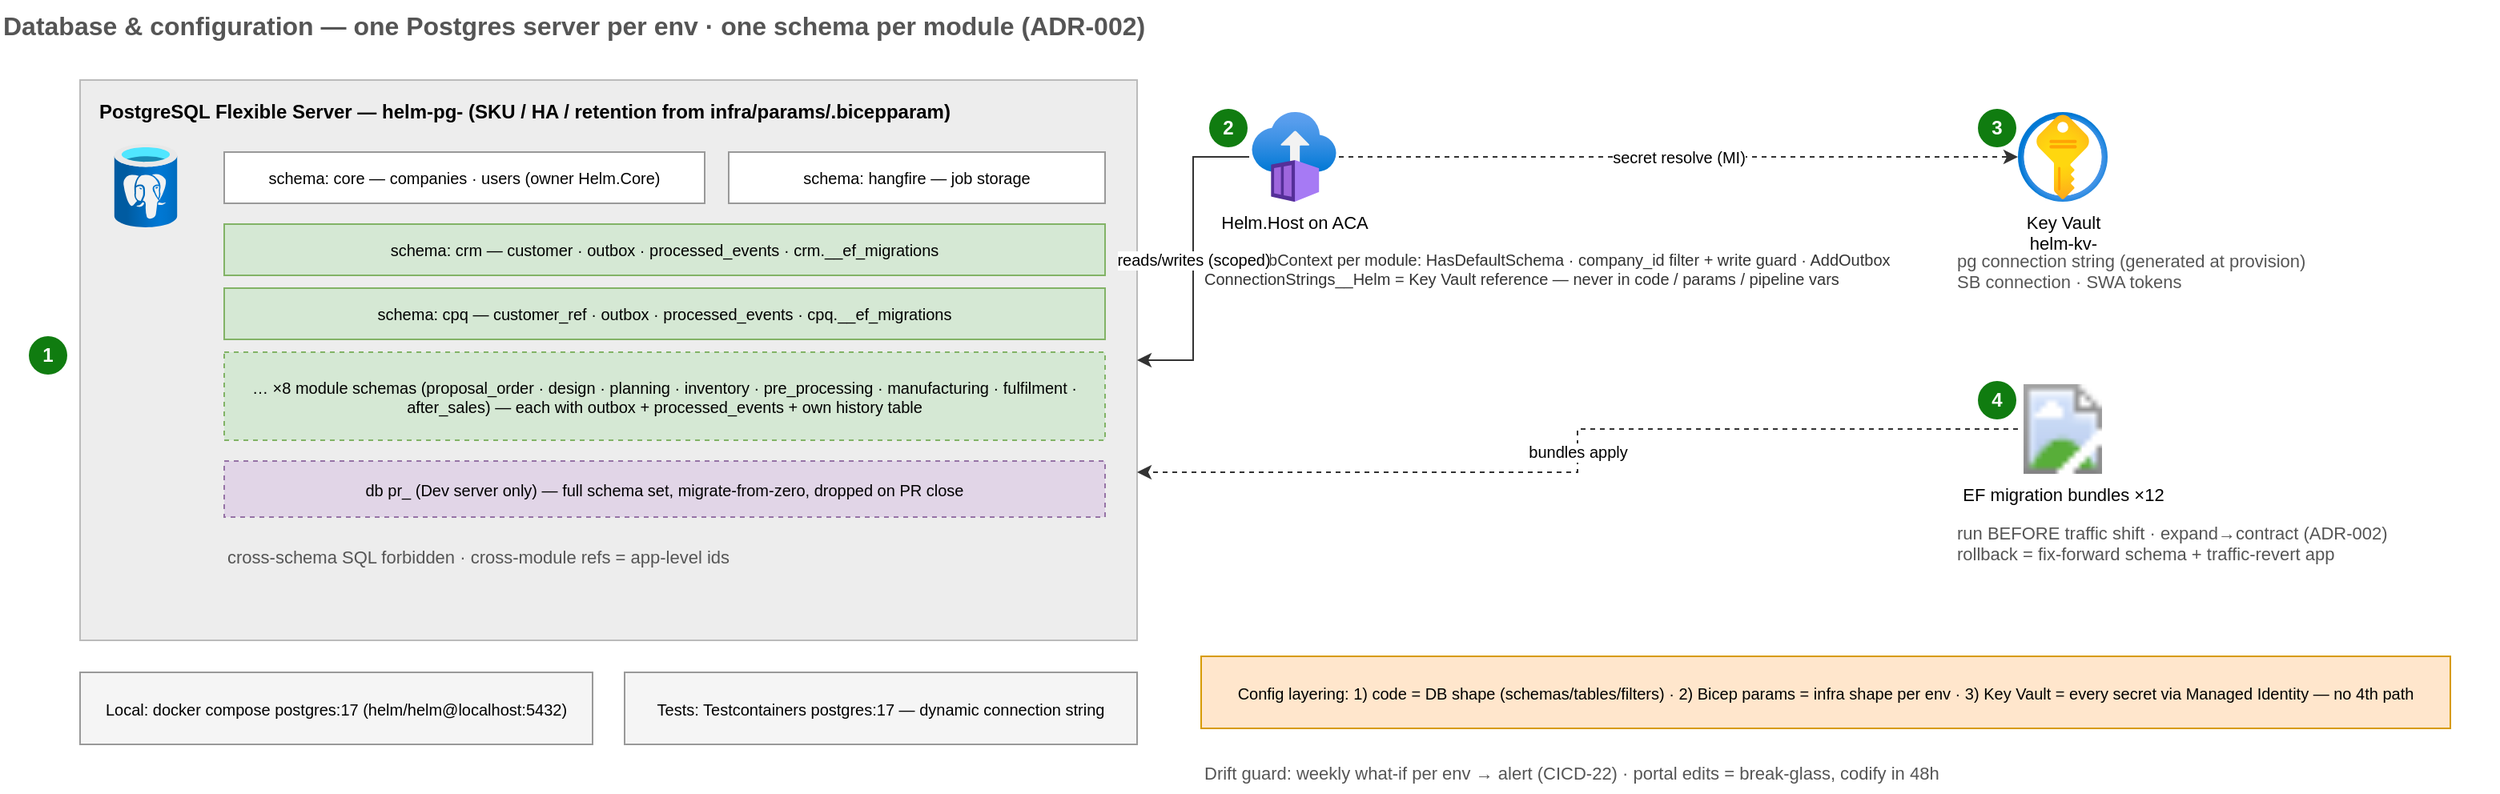
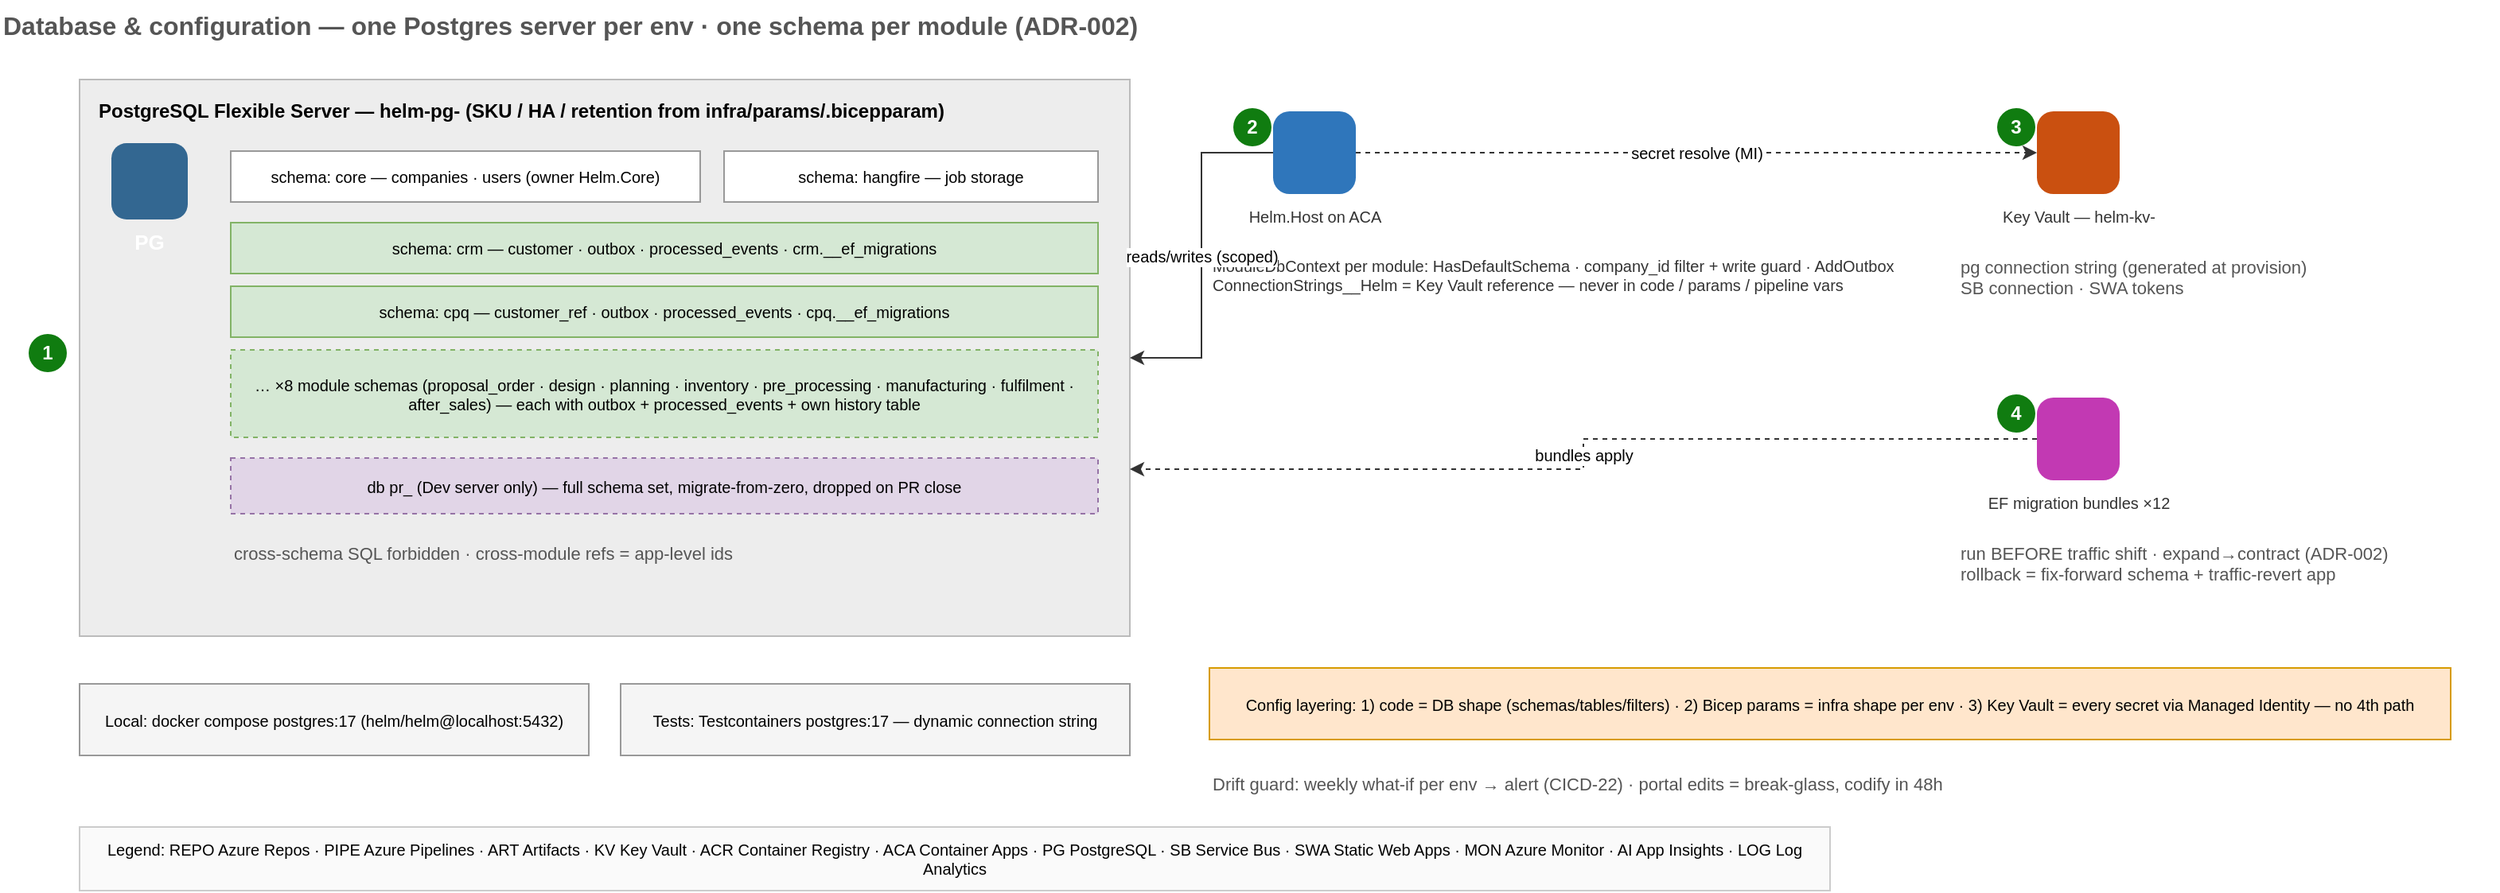
<mxfile host="app.diagrams.net" modified="2026-07-08T00:00:00.000Z" agent="helm-docs" version="24.0.0">
  <diagram id="database-config-flow" name="Database &amp; Config Flow">
-     <mxGraphModel dx="1400" dy="800" grid="1" gridSize="10" guides="1" tooltips="1" connect="1" arrows="1" fold="1" page="1" pageScale="1" pageWidth="1620" pageHeight="560" math="0" shadow="0">
+     <mxGraphModel dx="1400" dy="800" grid="1" gridSize="10" guides="1" tooltips="1" connect="1" arrows="1" fold="1" page="1" pageScale="1" pageWidth="1620" pageHeight="610" math="0" shadow="0">
      <root>
        <mxCell id="0" />
        <mxCell id="1" parent="0" />
        <mxCell id="n2" value="Database &amp; configuration — one Postgres server per env · one schema per module (ADR-002)" style="text;html=1;fontSize=16;align=left;fontColor=#555555;fontStyle=1;" vertex="1" parent="1"><mxGeometry x="40" y="20" width="1300" height="30" as="geometry" /></mxCell>
        <mxCell id="n3" value="PostgreSQL Flexible Server — helm-pg-&lt;env&gt;   (SKU / HA / retention from infra/params/&lt;env&gt;.bicepparam)" style="rounded=0;whiteSpace=wrap;html=1;fillColor=#ededed;strokeColor=#bbbbbb;verticalAlign=top;align=left;spacingLeft=10;spacingTop=6;fontStyle=1;fontSize=12;" vertex="1" parent="1"><mxGeometry x="90" y="70" width="660" height="350" as="geometry" /></mxCell>
        <mxCell id="n4" value="1" style="ellipse;whiteSpace=wrap;html=1;fillColor=#107C10;strokeColor=none;fontColor=#ffffff;fontStyle=1;fontSize=12;" vertex="1" parent="1"><mxGeometry x="58" y="230" width="24" height="24" as="geometry" /></mxCell>
-         <mxCell id="n5" value="" style="sketch=0;aspect=fixed;html=1;points=[];align=center;fontSize=11;image;image=img/lib/azure2/databases/Azure_Database_PostgreSQL_Server.svg;labelBackgroundColor=none;verticalLabelPosition=bottom;verticalAlign=top;" vertex="1" parent="n3"><mxGeometry x="15" y="40" width="52" height="52" as="geometry" /></mxCell>
-         <mxCell id="n6" value="schema: core — companies · users (owner Helm.Core)" style="rounded=0;whiteSpace=wrap;html=1;fontSize=10;fillColor=#ffffff;strokeColor=#999999;" vertex="1" parent="n3"><mxGeometry x="90" y="45" width="300" height="32" as="geometry" /></mxCell>
+         <mxCell id="n5" value="PG" style="rounded=1;arcSize=20;whiteSpace=wrap;html=1;fillColor=#336791;strokeColor=none;fontColor=#ffffff;fontStyle=1;fontSize=13;verticalLabelPosition=bottom;verticalAlign=top;labelBackgroundColor=none;" vertex="1" parent="n3"><mxGeometry x="20" y="40" width="48" height="48" as="geometry" /></mxCell>
+         <mxCell id="n6" value="schema: core — companies · users (owner Helm.Core)" style="rounded=0;whiteSpace=wrap;html=1;fontSize=10;fillColor=#ffffff;strokeColor=#999999;" vertex="1" parent="n3"><mxGeometry x="95" y="45" width="295" height="32" as="geometry" /></mxCell>
        <mxCell id="n7" value="schema: hangfire — job storage" style="rounded=0;whiteSpace=wrap;html=1;fontSize=10;fillColor=#ffffff;strokeColor=#999999;" vertex="1" parent="n3"><mxGeometry x="405" y="45" width="235" height="32" as="geometry" /></mxCell>
-         <mxCell id="n8" value="schema: crm — customer · outbox · processed_events · crm.__ef_migrations" style="rounded=0;whiteSpace=wrap;html=1;fontSize=10;fillColor=#d5e8d4;strokeColor=#82b366;" vertex="1" parent="n3"><mxGeometry x="90" y="90" width="550" height="32" as="geometry" /></mxCell>
-         <mxCell id="n9" value="schema: cpq — customer_ref · outbox · processed_events · cpq.__ef_migrations" style="rounded=0;whiteSpace=wrap;html=1;fontSize=10;fillColor=#d5e8d4;strokeColor=#82b366;" vertex="1" parent="n3"><mxGeometry x="90" y="130" width="550" height="32" as="geometry" /></mxCell>
-         <mxCell id="n10" value="… ×8 module schemas (proposal_order · design · planning · inventory · pre_processing · manufacturing · fulfilment · after_sales) — each with outbox + processed_events + own history table" style="rounded=0;whiteSpace=wrap;html=1;fontSize=10;fillColor=#d5e8d4;strokeColor=#82b366;dashed=1;" vertex="1" parent="n3"><mxGeometry x="90" y="170" width="550" height="55" as="geometry" /></mxCell>
-         <mxCell id="n11" value="db pr_&lt;id&gt; (Dev server only) — full schema set, migrate-from-zero, dropped on PR close" style="rounded=0;whiteSpace=wrap;html=1;fontSize=10;fillColor=#e1d5e7;strokeColor=#9673a6;dashed=1;" vertex="1" parent="n3"><mxGeometry x="90" y="238" width="550" height="35" as="geometry" /></mxCell>
-         <mxCell id="n12" value="cross-schema SQL forbidden · cross-module refs = app-level ids" style="text;html=1;fontSize=11;align=left;fontColor=#555555;" vertex="1" parent="n3"><mxGeometry x="90" y="285" width="540" height="25" as="geometry" /></mxCell>
-         <mxCell id="n13" value="Helm.Host on ACA" style="sketch=0;aspect=fixed;html=1;points=[];align=center;fontSize=11;image;image=img/lib/azure2/containers/Container_Instances.svg;labelBackgroundColor=none;verticalLabelPosition=bottom;verticalAlign=top;" vertex="1" parent="1"><mxGeometry x="820" y="90" width="56" height="56" as="geometry" /></mxCell>
-         <mxCell id="n14" value="2" style="ellipse;whiteSpace=wrap;html=1;fillColor=#107C10;strokeColor=none;fontColor=#ffffff;fontStyle=1;fontSize=12;" vertex="1" parent="1"><mxGeometry x="795" y="88" width="24" height="24" as="geometry" /></mxCell>
-         <mxCell id="n15" value="ModuleDbContext&lt;T&gt; per module: HasDefaultSchema · company_id filter + write guard · AddOutbox&#10;ConnectionStrings__Helm = Key Vault reference — never in code / params / pipeline vars" style="text;html=1;fontSize=10;align=left;verticalAlign=top;fontColor=#333333;" vertex="1" parent="1"><mxGeometry x="790" y="170" width="430" height="55" as="geometry" /></mxCell>
-         <mxCell id="n16" value="Key Vault&#10;helm-kv-&lt;env&gt;" style="sketch=0;aspect=fixed;html=1;points=[];align=center;fontSize=11;image;image=img/lib/azure2/security/Key_Vaults.svg;labelBackgroundColor=none;verticalLabelPosition=bottom;verticalAlign=top;" vertex="1" parent="1"><mxGeometry x="1300" y="90" width="56" height="56" as="geometry" /></mxCell>
-         <mxCell id="n17" value="3" style="ellipse;whiteSpace=wrap;html=1;fillColor=#107C10;strokeColor=none;fontColor=#ffffff;fontStyle=1;fontSize=12;" vertex="1" parent="1"><mxGeometry x="1275" y="88" width="24" height="24" as="geometry" /></mxCell>
-         <mxCell id="n18" value="pg connection string (generated at provision)&#10;SB connection · SWA tokens" style="text;html=1;fontSize=11;align=left;fontColor=#555555;" vertex="1" parent="1"><mxGeometry x="1260" y="170" width="320" height="40" as="geometry" /></mxCell>
-         <mxCell id="n19" value="EF migration bundles ×12" style="sketch=0;aspect=fixed;html=1;points=[];align=center;fontSize=11;image;image=img/lib/azure2/devops/Azure_Artifacts.svg;labelBackgroundColor=none;verticalLabelPosition=bottom;verticalAlign=top;" vertex="1" parent="1"><mxGeometry x="1300" y="260" width="56" height="56" as="geometry" /></mxCell>
-         <mxCell id="n20" value="4" style="ellipse;whiteSpace=wrap;html=1;fillColor=#107C10;strokeColor=none;fontColor=#ffffff;fontStyle=1;fontSize=12;" vertex="1" parent="1"><mxGeometry x="1275" y="258" width="24" height="24" as="geometry" /></mxCell>
-         <mxCell id="n21" value="run BEFORE traffic shift · expand→contract (ADR-002)&#10;rollback = fix-forward schema + traffic-revert app" style="text;html=1;fontSize=11;align=left;fontColor=#555555;" vertex="1" parent="1"><mxGeometry x="1260" y="340" width="340" height="40" as="geometry" /></mxCell>
-         <mxCell id="n22" value="Config layering: 1) code = DB shape (schemas/tables/filters) · 2) Bicep params = infra shape per env · 3) Key Vault = every secret via Managed Identity — no 4th path" style="rounded=0;whiteSpace=wrap;html=1;fontSize=10;fillColor=#ffe6cc;strokeColor=#d79b00;" vertex="1" parent="1"><mxGeometry x="790" y="430" width="780" height="45" as="geometry" /></mxCell>
-         <mxCell id="n23" value="Local: docker compose postgres:17 (helm/helm@localhost:5432)" style="rounded=0;whiteSpace=wrap;html=1;fontSize=10;fillColor=#f5f5f5;strokeColor=#999999;" vertex="1" parent="1"><mxGeometry x="90" y="440" width="320" height="45" as="geometry" /></mxCell>
-         <mxCell id="n24" value="Tests: Testcontainers postgres:17 — dynamic connection string" style="rounded=0;whiteSpace=wrap;html=1;fontSize=10;fillColor=#f5f5f5;strokeColor=#999999;" vertex="1" parent="1"><mxGeometry x="430" y="440" width="320" height="45" as="geometry" /></mxCell>
-         <mxCell id="n25" value="Drift guard: weekly what-if per env → alert (CICD-22) · portal edits = break-glass, codify in 48h" style="text;html=1;fontSize=11;align=left;fontColor=#555555;" vertex="1" parent="1"><mxGeometry x="790" y="490" width="700" height="25" as="geometry" /></mxCell>
-         <mxCell id="n26" value="reads/writes (scoped)" style="edgeStyle=orthogonalEdgeStyle;rounded=0;html=1;fontSize=10;strokeColor=#333333;" edge="1" parent="1" source="n13" target="n3"><mxGeometry relative="1" as="geometry" /></mxCell>
-         <mxCell id="n27" value="secret resolve (MI)" style="edgeStyle=orthogonalEdgeStyle;rounded=0;html=1;fontSize=10;strokeColor=#333333;dashed=1;" edge="1" parent="1" source="n13" target="n16"><mxGeometry relative="1" as="geometry" /></mxCell>
-         <mxCell id="n28" value="bundles apply" style="edgeStyle=orthogonalEdgeStyle;rounded=0;html=1;fontSize=10;strokeColor=#333333;dashed=1;entryX=1;entryY=0.7;entryDx=0;entryDy=0;" edge="1" parent="1" source="n19" target="n3"><mxGeometry relative="1" as="geometry" /></mxCell>
+         <mxCell id="n8" value="schema: crm — customer · outbox · processed_events · crm.__ef_migrations" style="rounded=0;whiteSpace=wrap;html=1;fontSize=10;fillColor=#d5e8d4;strokeColor=#82b366;" vertex="1" parent="n3"><mxGeometry x="95" y="90" width="545" height="32" as="geometry" /></mxCell>
+         <mxCell id="n9" value="schema: cpq — customer_ref · outbox · processed_events · cpq.__ef_migrations" style="rounded=0;whiteSpace=wrap;html=1;fontSize=10;fillColor=#d5e8d4;strokeColor=#82b366;" vertex="1" parent="n3"><mxGeometry x="95" y="130" width="545" height="32" as="geometry" /></mxCell>
+         <mxCell id="n10" value="… ×8 module schemas (proposal_order · design · planning · inventory · pre_processing · manufacturing · fulfilment · after_sales) — each with outbox + processed_events + own history table" style="rounded=0;whiteSpace=wrap;html=1;fontSize=10;fillColor=#d5e8d4;strokeColor=#82b366;dashed=1;" vertex="1" parent="n3"><mxGeometry x="95" y="170" width="545" height="55" as="geometry" /></mxCell>
+         <mxCell id="n11" value="db pr_&lt;id&gt; (Dev server only) — full schema set, migrate-from-zero, dropped on PR close" style="rounded=0;whiteSpace=wrap;html=1;fontSize=10;fillColor=#e1d5e7;strokeColor=#9673a6;dashed=1;" vertex="1" parent="n3"><mxGeometry x="95" y="238" width="545" height="35" as="geometry" /></mxCell>
+         <mxCell id="n12" value="cross-schema SQL forbidden · cross-module refs = app-level ids" style="text;html=1;fontSize=11;align=left;fontColor=#555555;" vertex="1" parent="n3"><mxGeometry x="95" y="285" width="540" height="25" as="geometry" /></mxCell>
+         <mxCell id="n13" value="ACA" style="rounded=1;arcSize=20;whiteSpace=wrap;html=1;fillColor=#2F76BB;strokeColor=none;fontColor=#ffffff;fontStyle=1;fontSize=13;verticalLabelPosition=bottom;verticalAlign=top;labelBackgroundColor=none;" vertex="1" parent="1"><mxGeometry x="840" y="90" width="52" height="52" as="geometry" /></mxCell>
+         <mxCell id="n14" value="Helm.Host on ACA" style="text;html=1;fontSize=10;align=center;fontColor=#333333;" vertex="1" parent="1"><mxGeometry x="818" y="144" width="96" height="28" as="geometry" /></mxCell>
+         <mxCell id="n15" value="2" style="ellipse;whiteSpace=wrap;html=1;fillColor=#107C10;strokeColor=none;fontColor=#ffffff;fontStyle=1;fontSize=12;" vertex="1" parent="1"><mxGeometry x="815" y="88" width="24" height="24" as="geometry" /></mxCell>
+         <mxCell id="n16" value="ModuleDbContext&lt;T&gt; per module: HasDefaultSchema · company_id filter + write guard · AddOutbox&#10;ConnectionStrings__Helm = Key Vault reference — never in code / params / pipeline vars" style="text;html=1;fontSize=10;align=left;verticalAlign=top;fontColor=#333333;" vertex="1" parent="1"><mxGeometry x="800" y="175" width="430" height="55" as="geometry" /></mxCell>
+         <mxCell id="n17" value="KV" style="rounded=1;arcSize=20;whiteSpace=wrap;html=1;fillColor=#CA5010;strokeColor=none;fontColor=#ffffff;fontStyle=1;fontSize=13;verticalLabelPosition=bottom;verticalAlign=top;labelBackgroundColor=none;" vertex="1" parent="1"><mxGeometry x="1320" y="90" width="52" height="52" as="geometry" /></mxCell>
+         <mxCell id="n18" value="Key Vault — helm-kv-&lt;env&gt;" style="text;html=1;fontSize=10;align=center;fontColor=#333333;" vertex="1" parent="1"><mxGeometry x="1298" y="144" width="96" height="28" as="geometry" /></mxCell>
+         <mxCell id="n19" value="3" style="ellipse;whiteSpace=wrap;html=1;fillColor=#107C10;strokeColor=none;fontColor=#ffffff;fontStyle=1;fontSize=12;" vertex="1" parent="1"><mxGeometry x="1295" y="88" width="24" height="24" as="geometry" /></mxCell>
+         <mxCell id="n20" value="pg connection string (generated at provision)&#10;SB connection · SWA tokens" style="text;html=1;fontSize=11;align=left;fontColor=#555555;" vertex="1" parent="1"><mxGeometry x="1270" y="175" width="320" height="40" as="geometry" /></mxCell>
+         <mxCell id="n21" value="ART" style="rounded=1;arcSize=20;whiteSpace=wrap;html=1;fillColor=#C239B3;strokeColor=none;fontColor=#ffffff;fontStyle=1;fontSize=13;verticalLabelPosition=bottom;verticalAlign=top;labelBackgroundColor=none;" vertex="1" parent="1"><mxGeometry x="1320" y="270" width="52" height="52" as="geometry" /></mxCell>
+         <mxCell id="n22" value="EF migration bundles ×12" style="text;html=1;fontSize=10;align=center;fontColor=#333333;" vertex="1" parent="1"><mxGeometry x="1298" y="324" width="96" height="28" as="geometry" /></mxCell>
+         <mxCell id="n23" value="4" style="ellipse;whiteSpace=wrap;html=1;fillColor=#107C10;strokeColor=none;fontColor=#ffffff;fontStyle=1;fontSize=12;" vertex="1" parent="1"><mxGeometry x="1295" y="268" width="24" height="24" as="geometry" /></mxCell>
+         <mxCell id="n24" value="run BEFORE traffic shift · expand→contract (ADR-002)&#10;rollback = fix-forward schema + traffic-revert app" style="text;html=1;fontSize=11;align=left;fontColor=#555555;" vertex="1" parent="1"><mxGeometry x="1270" y="355" width="340" height="40" as="geometry" /></mxCell>
+         <mxCell id="n25" value="Config layering: 1) code = DB shape (schemas/tables/filters) · 2) Bicep params = infra shape per env · 3) Key Vault = every secret via Managed Identity — no 4th path" style="rounded=0;whiteSpace=wrap;html=1;fontSize=10;fillColor=#ffe6cc;strokeColor=#d79b00;" vertex="1" parent="1"><mxGeometry x="800" y="440" width="780" height="45" as="geometry" /></mxCell>
+         <mxCell id="n26" value="Local: docker compose postgres:17 (helm/helm@localhost:5432)" style="rounded=0;whiteSpace=wrap;html=1;fontSize=10;fillColor=#f5f5f5;strokeColor=#999999;" vertex="1" parent="1"><mxGeometry x="90" y="450" width="320" height="45" as="geometry" /></mxCell>
+         <mxCell id="n27" value="Tests: Testcontainers postgres:17 — dynamic connection string" style="rounded=0;whiteSpace=wrap;html=1;fontSize=10;fillColor=#f5f5f5;strokeColor=#999999;" vertex="1" parent="1"><mxGeometry x="430" y="450" width="320" height="45" as="geometry" /></mxCell>
+         <mxCell id="n28" value="Drift guard: weekly what-if per env → alert (CICD-22) · portal edits = break-glass, codify in 48h" style="text;html=1;fontSize=11;align=left;fontColor=#555555;" vertex="1" parent="1"><mxGeometry x="800" y="500" width="700" height="25" as="geometry" /></mxCell>
+         <mxCell id="n29" value="reads/writes (scoped)" style="edgeStyle=orthogonalEdgeStyle;rounded=0;html=1;fontSize=10;strokeColor=#333333;" edge="1" parent="1" source="n13" target="n3"><mxGeometry relative="1" as="geometry" /></mxCell>
+         <mxCell id="n30" value="secret resolve (MI)" style="edgeStyle=orthogonalEdgeStyle;rounded=0;html=1;fontSize=10;strokeColor=#333333;dashed=1;" edge="1" parent="1" source="n13" target="n17"><mxGeometry relative="1" as="geometry" /></mxCell>
+         <mxCell id="n31" value="bundles apply" style="edgeStyle=orthogonalEdgeStyle;rounded=0;html=1;fontSize=10;strokeColor=#333333;dashed=1;entryX=1;entryY=0.7;entryDx=0;entryDy=0;" edge="1" parent="1" source="n21" target="n3"><mxGeometry relative="1" as="geometry" /></mxCell>
+         <mxCell id="n32" value="Legend:  REPO Azure Repos · PIPE Azure Pipelines · ART Artifacts · KV Key Vault · ACR Container Registry · ACA Container Apps · PG PostgreSQL · SB Service Bus · SWA Static Web Apps · MON Azure Monitor · AI App Insights · LOG Log Analytics" style="rounded=0;whiteSpace=wrap;html=1;fontSize=10;fillColor=#fafafa;strokeColor=#cccccc;" vertex="1" parent="1"><mxGeometry x="90" y="540" width="1100" height="40" as="geometry" /></mxCell>
      </root>
    </mxGraphModel>
  </diagram>
</mxfile>
